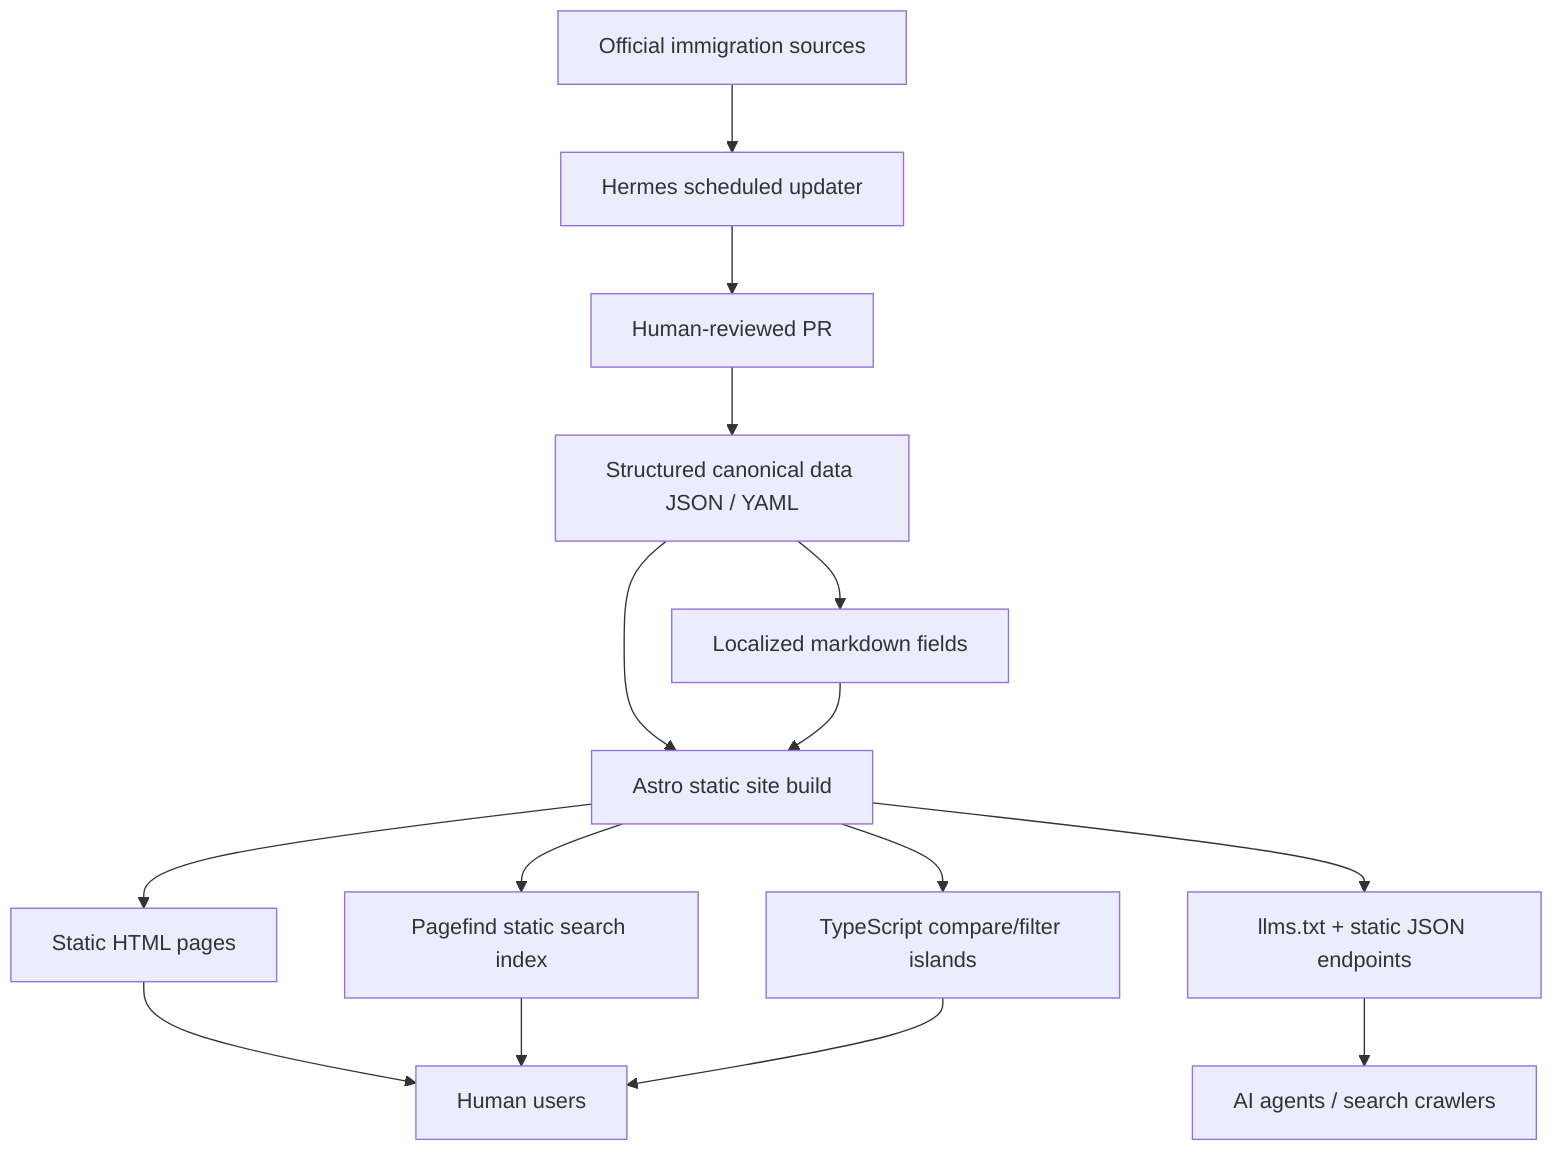
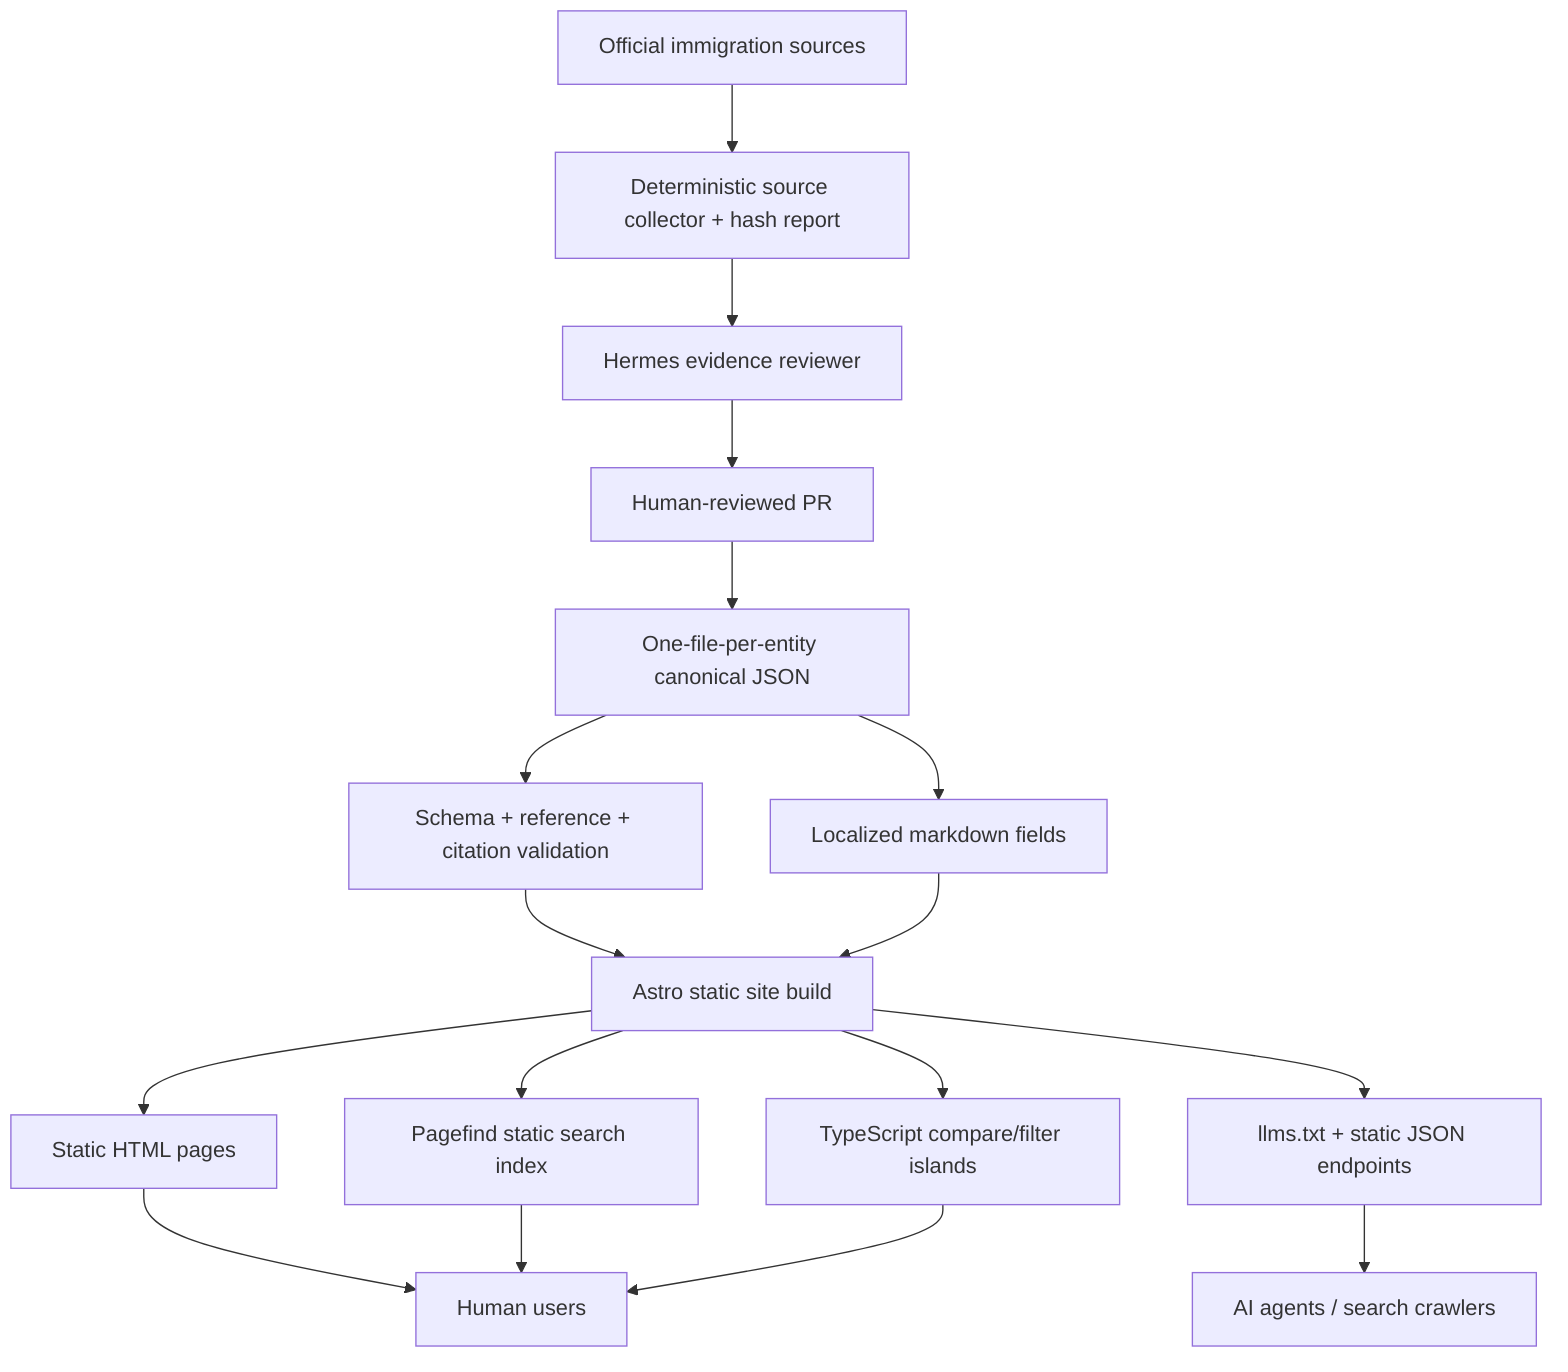
flowchart TD
  OS[Official immigration sources]
-   HE[Hermes scheduled updater]
+   DC[Deterministic source collector + hash report]
+   HE[Hermes evidence reviewer]
  PR[Human-reviewed PR]
-   SD[Structured canonical data JSON / YAML]
+   SD[One-file-per-entity canonical JSON]
+   V[Schema + reference + citation validation]
  LF[Localized markdown fields]
  ASTRO[Astro static site build]
  P[Pagefind static search index]
  H[Static HTML pages]
  I[TypeScript compare/filter islands]
  L[llms.txt + static JSON endpoints]
  U[Human users]
  A[AI agents / search crawlers]

-   OS --> HE
+   OS --> DC
+   DC --> HE
  HE --> PR
  PR --> SD
+   SD --> V
  SD --> LF
-   SD --> ASTRO
+   V --> ASTRO
  LF --> ASTRO
  ASTRO --> H
  ASTRO --> P
  ASTRO --> I
  ASTRO --> L
  H --> U
  P --> U
  I --> U
  L --> A